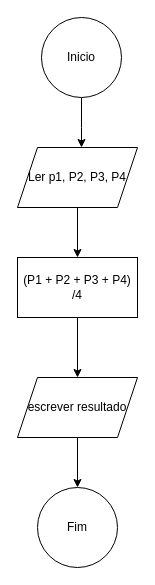
Before: Fluxograma 1.drawio in Kinner25/Fluxogramas, a draw.io diagram. Source tidied: cells renumbered, new cells numbered last; positions are measured from the earlier drawing's top-left corner, leaving out a move shared by most shapes. Both pictures are drawn from the tidied source at 100%, with x=0, y=0 at pixel (17, 17).
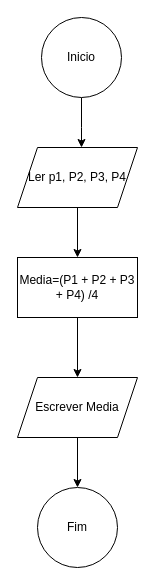
After the change.

What changed in the source:
```diff
@@
 <mxGraphModel>
   <root>
     <mxCell id="0" />
     <mxCell id="1" parent="0" />
     <mxCell id="2" style="edgeStyle=orthogonalEdgeStyle;rounded=0;jettySize=auto;html=1;" parent="1" edge="1" source="3" target="5">
       <mxGeometry relative="1" as="geometry">
         <Array as="points">
           <mxPoint x="64" y="110" />
           <mxPoint x="64" y="110" />
         </Array>
       </mxGeometry>
     </mxCell>
     <mxCell id="3" value="Inicio" style="ellipse;whiteSpace=wrap;html=1;shapeInside=1;" parent="1" vertex="1">
       <mxGeometry x="24" width="80" height="80" as="geometry" />
     </mxCell>
     <mxCell id="4" style="edgeStyle=orthogonalEdgeStyle;rounded=0;jettySize=auto;html=1;" parent="1" edge="1" source="5" target="7">
       <mxGeometry relative="1" as="geometry" />
     </mxCell>
     <mxCell id="5" value="Ler p1, P2, P3, P4" style="shape=parallelogram;perimeter=parallelogramPerimeter;whiteSpace=wrap;html=1;shapeInside=1;fixedSize=1;" parent="1" vertex="1">
       <mxGeometry y="130" width="120" height="60" as="geometry" />
     </mxCell>
     <mxCell id="6" style="edgeStyle=orthogonalEdgeStyle;rounded=0;jettySize=auto;html=1;" parent="1" edge="1" source="7" target="9">
       <mxGeometry relative="1" as="geometry" />
     </mxCell>
-    <mxCell id="7" value="(P1 + P2 + P3 + P4) /4" style="rounded=0;whiteSpace=wrap;html=1;" parent="1" vertex="1">
+    <mxCell id="7" value="Media=(P1 + P2 + P3 + P4) /4" style="rounded=0;whiteSpace=wrap;html=1;" parent="1" vertex="1">
       <mxGeometry y="240" width="120" height="60" as="geometry" />
     </mxCell>
     <mxCell id="8" style="edgeStyle=orthogonalEdgeStyle;rounded=0;jettySize=auto;html=1;" parent="1" edge="1" source="9" target="10">
       <mxGeometry relative="1" as="geometry" />
     </mxCell>
-    <mxCell id="9" value="escrever resultado" style="shape=parallelogram;perimeter=parallelogramPerimeter;whiteSpace=wrap;html=1;shapeInside=1;fixedSize=1;" parent="1" vertex="1">
+    <mxCell id="9" value="Escrever Media" style="shape=parallelogram;perimeter=parallelogramPerimeter;whiteSpace=wrap;html=1;shapeInside=1;fixedSize=1;" parent="1" vertex="1">
       <mxGeometry y="360" width="120" height="60" as="geometry" />
     </mxCell>
     <mxCell id="10" value="Fim" style="ellipse;whiteSpace=wrap;html=1;shapeInside=1;" parent="1" vertex="1">
       <mxGeometry x="20" y="470" width="80" height="80" as="geometry" />
     </mxCell>
   </root>
 </mxGraphModel>
```
